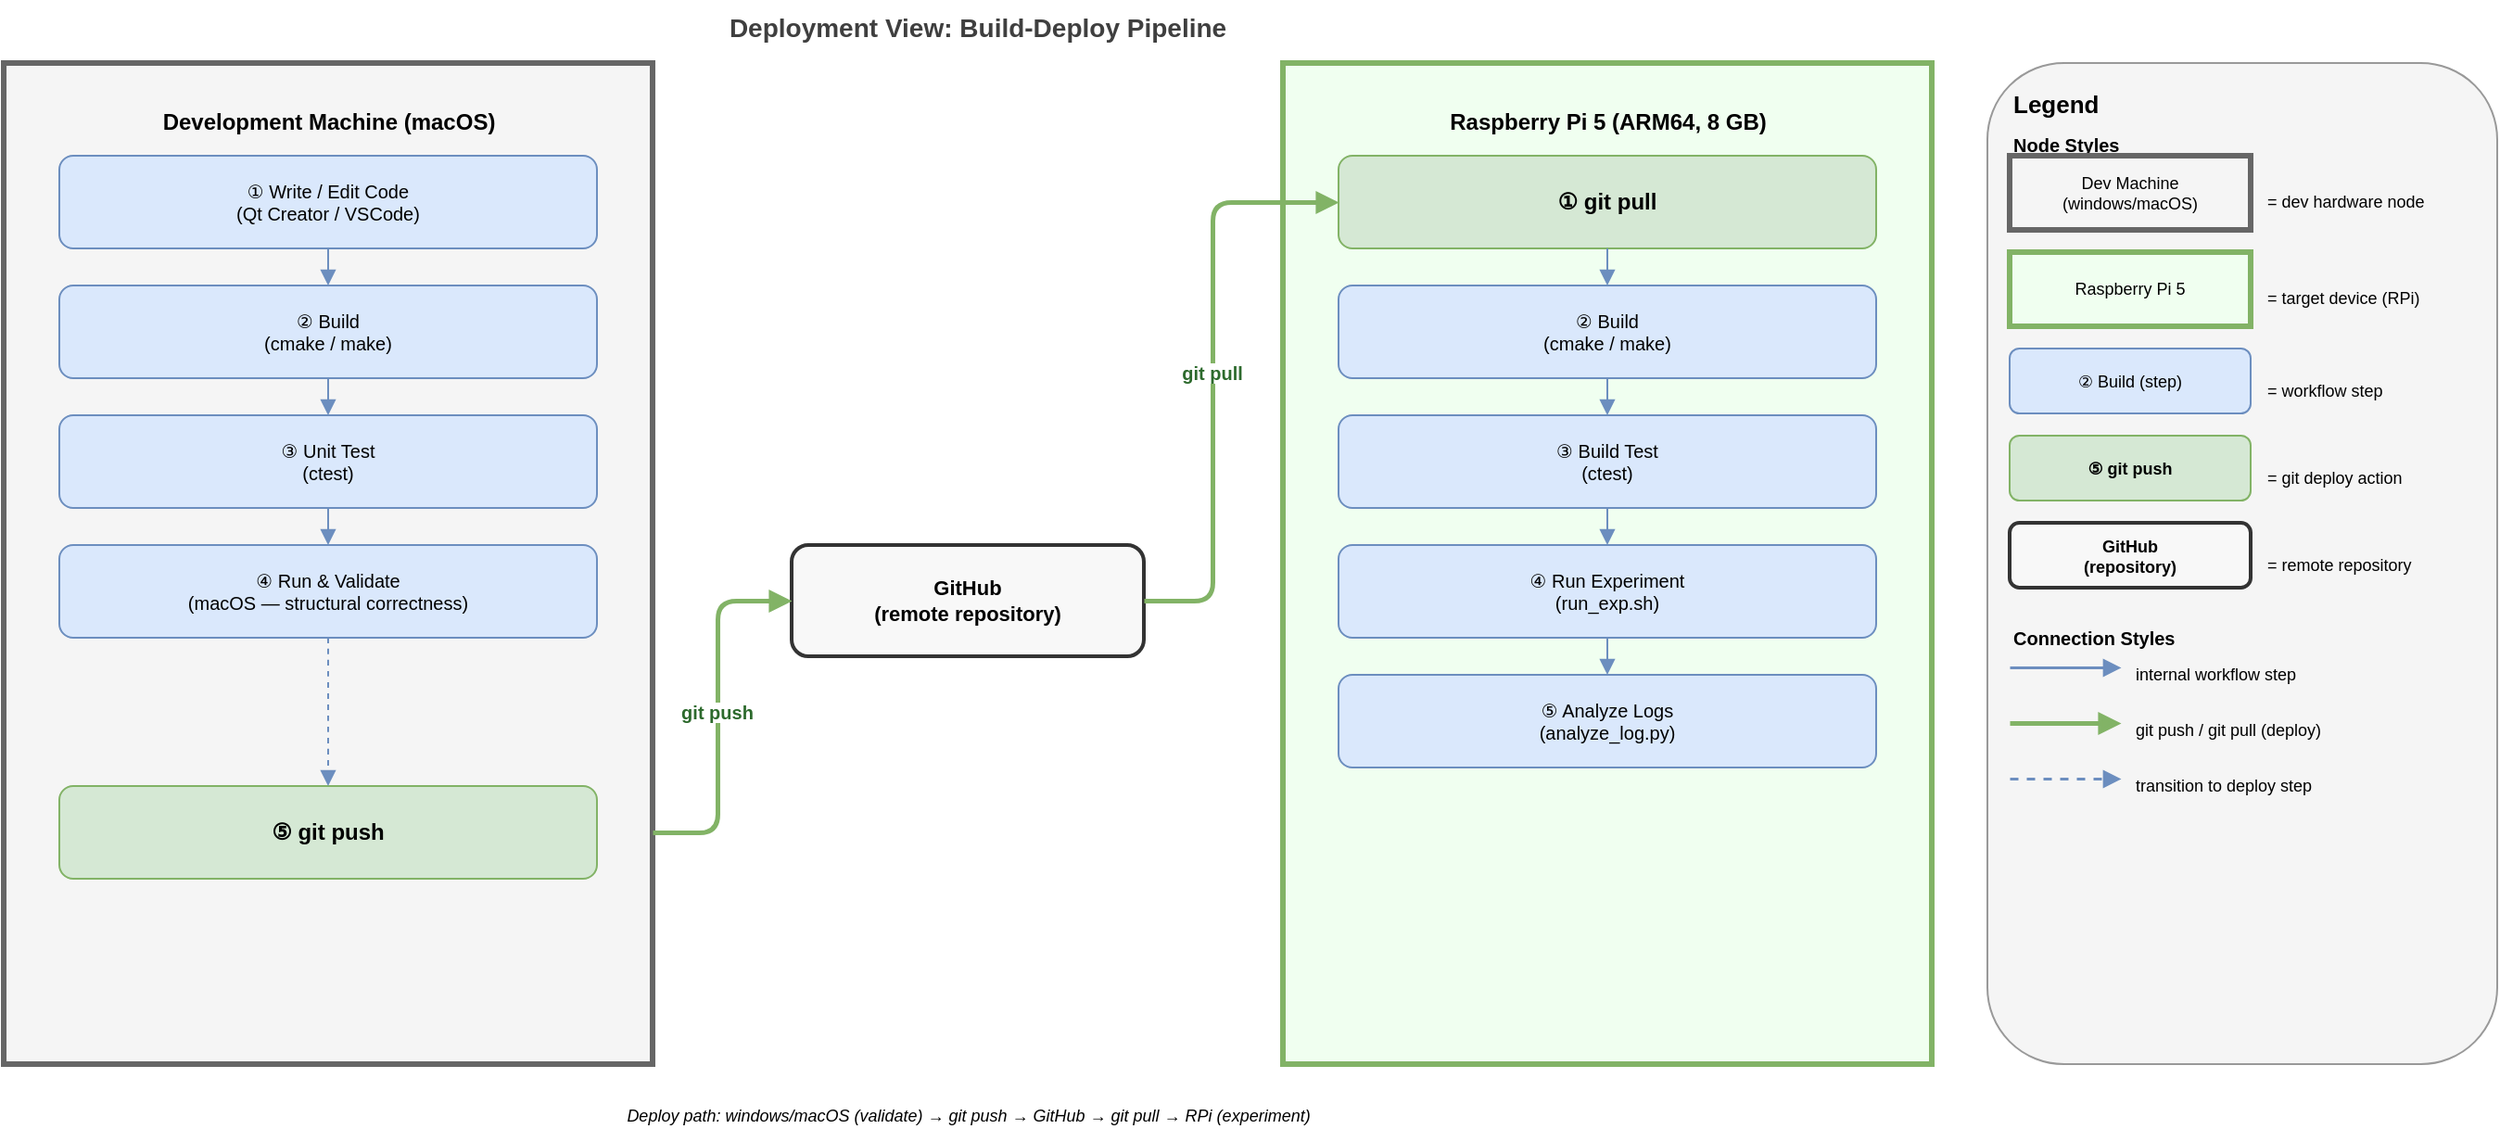
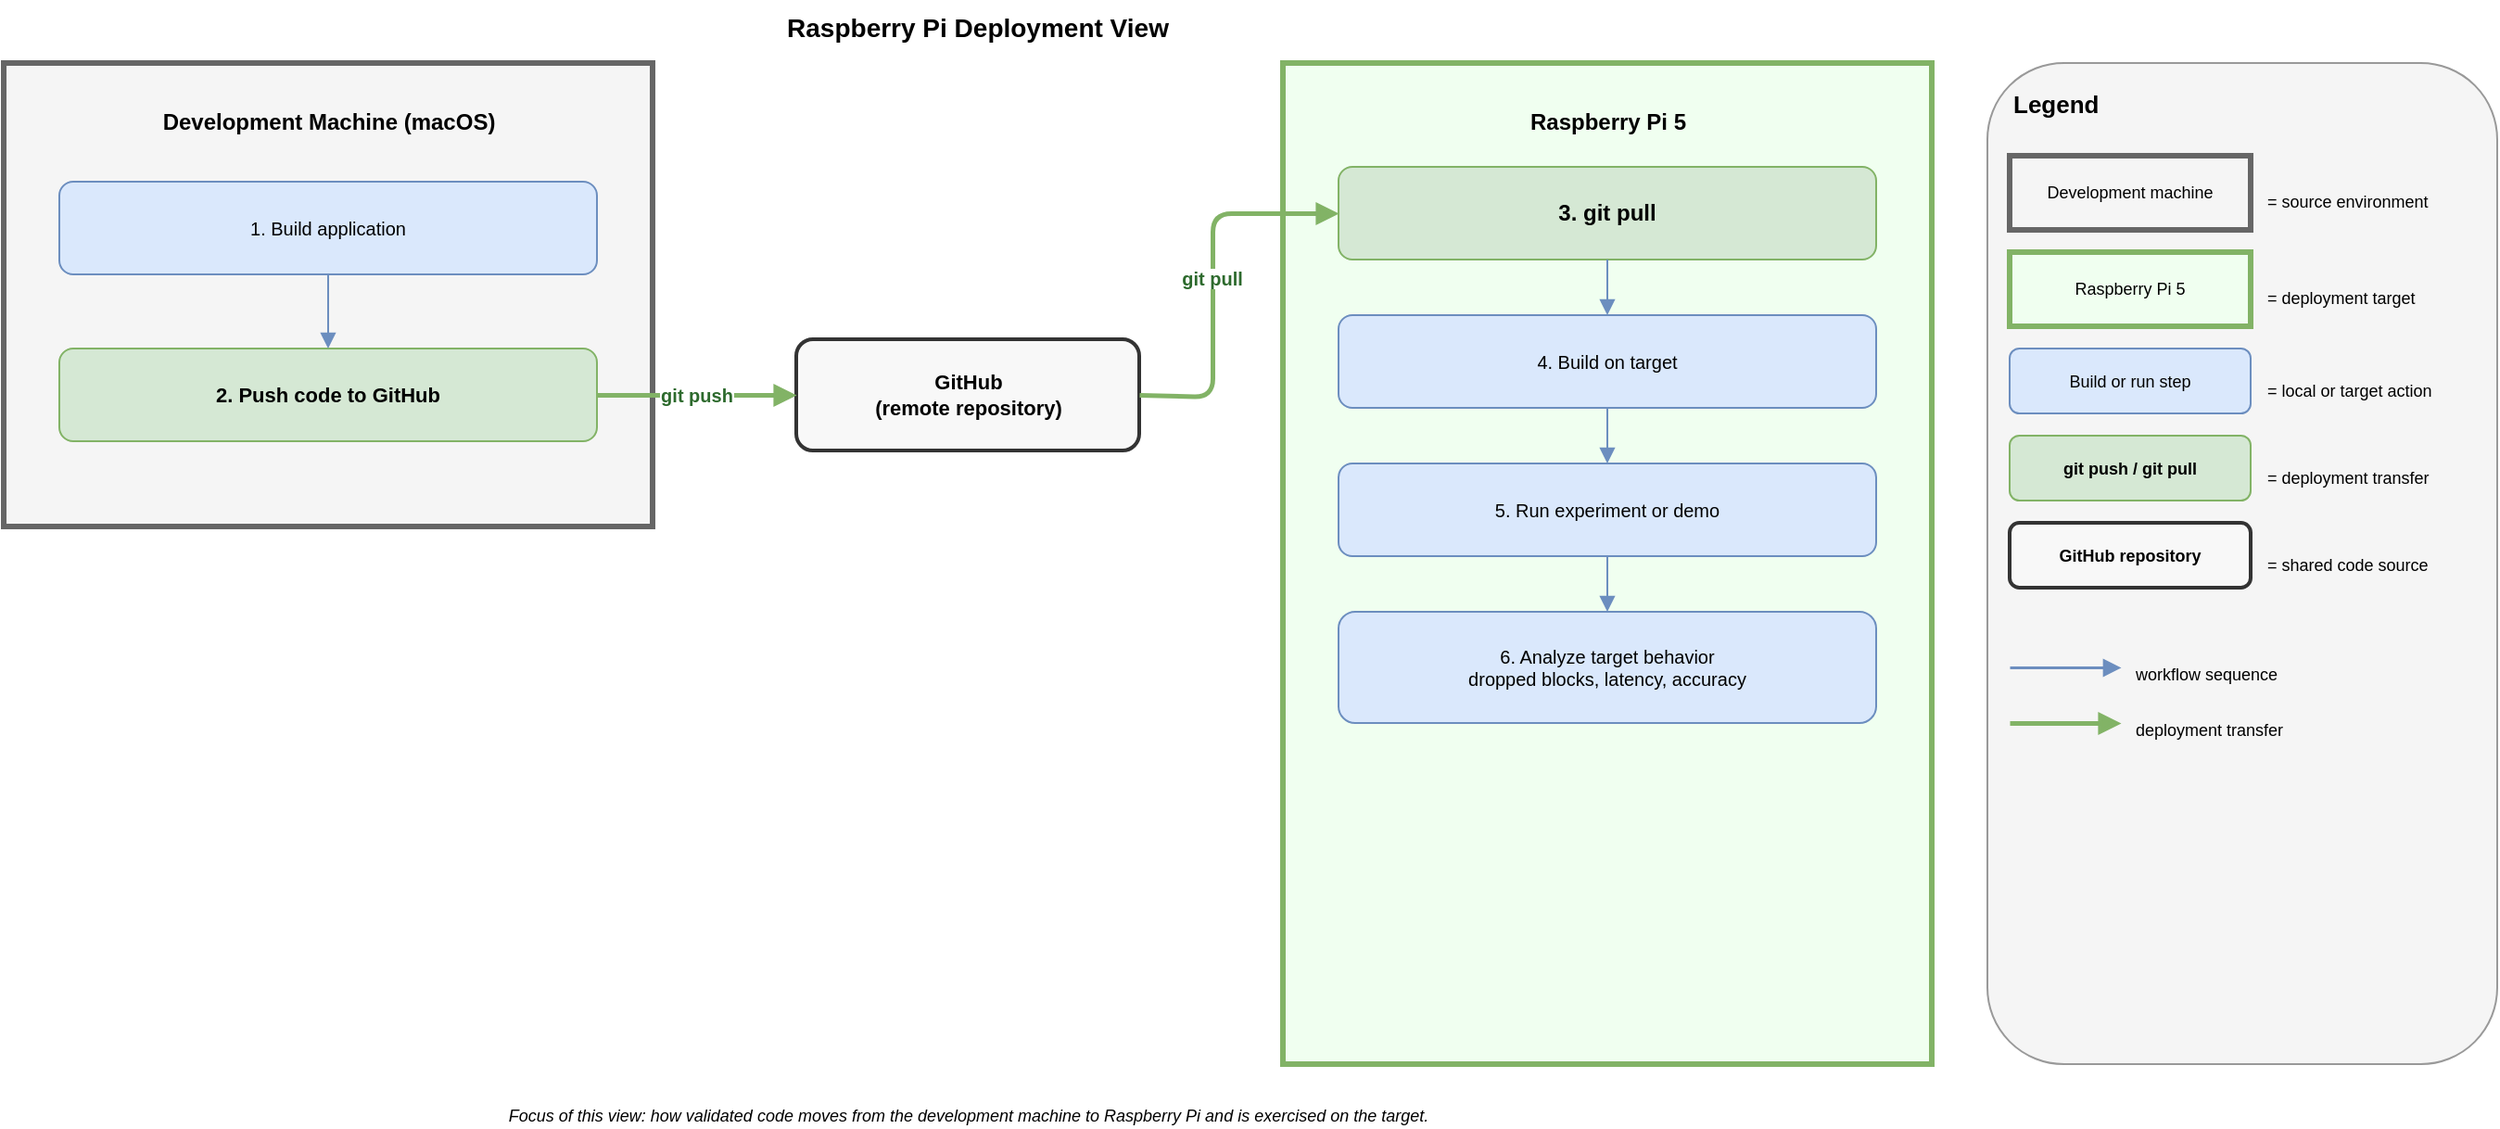
<mxfile host="65bd71144e">
-     <diagram id="eGPjmnUO7QiVlHh5mDwl" name="RPi Build-Deploy Allocation View">
-         <mxGraphModel dx="906" dy="497" grid="1" gridSize="10" guides="1" tooltips="1" connect="1" arrows="1" fold="1" page="1" pageScale="1" pageWidth="1400" pageHeight="640" math="0" shadow="0">
+     <diagram id="raspberryPiDeploymentView" name="Raspberry Pi Deployment View">
+         <mxGraphModel dx="730" dy="827" grid="1" gridSize="10" guides="1" tooltips="1" connect="1" arrows="1" fold="1" page="1" pageScale="1" pageWidth="1400" pageHeight="640" math="0" shadow="0">
            <root>
                <mxCell id="0"/>
                <mxCell id="1" parent="0"/>
-                 <mxCell id="title" value="&lt;span style=&quot;color: rgb(63, 63, 63); background-color: transparent;&quot;&gt;Deployment View: Build-Deploy Pipeline&lt;/span&gt;" style="text;html=1;strokeColor=none;fillColor=none;align=center;fontSize=14;fontStyle=1;" parent="1" vertex="1">
+                 <mxCell id="title" value="Raspberry Pi Deployment View" style="text;html=1;strokeColor=none;fillColor=none;align=center;fontSize=14;fontStyle=1;" parent="1" vertex="1">
                    <mxGeometry x="30" y="6" width="1050" height="26" as="geometry"/>
                </mxCell>
                <mxCell id="DEV" value="" style="rounded=0;whiteSpace=wrap;html=1;fillColor=#f5f5f5;strokeColor=#666666;strokeWidth=3;" parent="1" vertex="1">
-                     <mxGeometry x="30" y="40" width="350" height="540" as="geometry"/>
+                     <mxGeometry x="30" y="40" width="350" height="250" as="geometry"/>
                </mxCell>
                <mxCell id="DEV_NM" value="Development Machine (macOS)" style="text;html=1;strokeColor=none;fillColor=none;fontStyle=1;fontSize=12;align=center;" parent="1" vertex="1">
                    <mxGeometry x="30" y="58" width="350" height="20" as="geometry"/>
                </mxCell>
-                 <mxCell id="D1" value="① Write / Edit Code&#xa;(Qt Creator / VSCode)" style="rounded=1;whiteSpace=wrap;html=1;fillColor=#dae8fc;strokeColor=#6c8ebf;fontSize=10;" parent="1" vertex="1">
-                     <mxGeometry x="60" y="90" width="290" height="50" as="geometry"/>
+                 <mxCell id="D1" value="1. Build application" style="rounded=1;whiteSpace=wrap;html=1;fillColor=#dae8fc;strokeColor=#6c8ebf;fontSize=10;" parent="1" vertex="1">
+                     <mxGeometry x="60" y="104" width="290" height="50" as="geometry"/>
                </mxCell>
-                 <mxCell id="D2" value="② Build&#xa;(cmake / make)" style="rounded=1;whiteSpace=wrap;html=1;fillColor=#dae8fc;strokeColor=#6c8ebf;fontSize=10;" parent="1" vertex="1">
-                     <mxGeometry x="60" y="160" width="290" height="50" as="geometry"/>
-                 </mxCell>
-                 <mxCell id="D3" value="③ Unit Test&#xa;(ctest)" style="rounded=1;whiteSpace=wrap;html=1;fillColor=#dae8fc;strokeColor=#6c8ebf;fontSize=10;" parent="1" vertex="1">
-                     <mxGeometry x="60" y="230" width="290" height="50" as="geometry"/>
-                 </mxCell>
-                 <mxCell id="D4" value="④ Run &amp; Validate&#xa;(macOS — structural correctness)" style="rounded=1;whiteSpace=wrap;html=1;fillColor=#dae8fc;strokeColor=#6c8ebf;fontSize=10;" parent="1" vertex="1">
-                     <mxGeometry x="60" y="300" width="290" height="50" as="geometry"/>
-                 </mxCell>
-                 <mxCell id="D5" value="⑤ git push" style="rounded=1;whiteSpace=wrap;html=1;fillColor=#d5e8d4;strokeColor=#82b366;fontStyle=1;fontSize=12;" parent="1" vertex="1">
-                     <mxGeometry x="60" y="430" width="290" height="50" as="geometry"/>
+                 <mxCell id="D2" value="2. Push code to GitHub" style="rounded=1;whiteSpace=wrap;html=1;fillColor=#d5e8d4;strokeColor=#82b366;fontStyle=1;fontSize=11;" parent="1" vertex="1">
+                     <mxGeometry x="60" y="194" width="290" height="50" as="geometry"/>
                </mxCell>
                <mxCell id="d1d2" value="" style="edgeStyle=orthogonalEdgeStyle;rounded=1;curved=1;endArrow=block;endFill=1;strokeColor=#6c8ebf;" parent="1" source="D1" target="D2" edge="1">
                    <mxGeometry relative="1" as="geometry"/>
                </mxCell>
-                 <mxCell id="d2d3" value="" style="edgeStyle=orthogonalEdgeStyle;rounded=1;curved=1;endArrow=block;endFill=1;strokeColor=#6c8ebf;" parent="1" source="D2" target="D3" edge="1">
-                     <mxGeometry relative="1" as="geometry"/>
-                 </mxCell>
-                 <mxCell id="d3d4" value="" style="edgeStyle=orthogonalEdgeStyle;rounded=1;curved=1;endArrow=block;endFill=1;strokeColor=#6c8ebf;" parent="1" source="D3" target="D4" edge="1">
-                     <mxGeometry relative="1" as="geometry"/>
-                 </mxCell>
-                 <mxCell id="d4d5" value="" style="edgeStyle=orthogonalEdgeStyle;rounded=1;curved=1;endArrow=block;endFill=1;strokeColor=#6c8ebf;dashed=1;" parent="1" source="D4" target="D5" edge="1">
-                     <mxGeometry relative="1" as="geometry"/>
-                 </mxCell>
                <mxCell id="GH" value="GitHub&#xa;(remote repository)" style="rounded=1;whiteSpace=wrap;html=1;fillColor=#f8f8f8;strokeColor=#333333;strokeWidth=2;fontStyle=1;fontSize=11;" parent="1" vertex="1">
-                     <mxGeometry x="455" y="300" width="190" height="60" as="geometry"/>
+                     <mxGeometry x="457.5" y="189" width="185" height="60" as="geometry"/>
                </mxCell>
                <mxCell id="RPI" value="" style="rounded=0;whiteSpace=wrap;html=1;fillColor=#f0fff0;strokeColor=#82b366;strokeWidth=3;" parent="1" vertex="1">
                    <mxGeometry x="720" y="40" width="350" height="540" as="geometry"/>
                </mxCell>
-                 <mxCell id="RPI_NM" value="Raspberry Pi 5 (ARM64, 8 GB)" style="text;html=1;strokeColor=none;fillColor=none;fontStyle=1;fontSize=12;align=center;" parent="1" vertex="1">
+                 <mxCell id="RPI_NM" value="Raspberry Pi 5" style="text;html=1;strokeColor=none;fillColor=none;fontStyle=1;fontSize=12;align=center;" parent="1" vertex="1">
                    <mxGeometry x="720" y="58" width="350" height="20" as="geometry"/>
                </mxCell>
-                 <mxCell id="R1" value="① git pull" style="rounded=1;whiteSpace=wrap;html=1;fillColor=#d5e8d4;strokeColor=#82b366;fontStyle=1;fontSize=12;" parent="1" vertex="1">
-                     <mxGeometry x="750" y="90" width="290" height="50" as="geometry"/>
+                 <mxCell id="R1" value="3. git pull" style="rounded=1;whiteSpace=wrap;html=1;fillColor=#d5e8d4;strokeColor=#82b366;fontStyle=1;fontSize=12;" parent="1" vertex="1">
+                     <mxGeometry x="750" y="96" width="290" height="50" as="geometry"/>
                </mxCell>
-                 <mxCell id="R2" value="② Build&#xa;(cmake / make)" style="rounded=1;whiteSpace=wrap;html=1;fillColor=#dae8fc;strokeColor=#6c8ebf;fontSize=10;" parent="1" vertex="1">
-                     <mxGeometry x="750" y="160" width="290" height="50" as="geometry"/>
+                 <mxCell id="R2" value="4. Build on target" style="rounded=1;whiteSpace=wrap;html=1;fillColor=#dae8fc;strokeColor=#6c8ebf;fontSize=10;" parent="1" vertex="1">
+                     <mxGeometry x="750" y="176" width="290" height="50" as="geometry"/>
                </mxCell>
-                 <mxCell id="R3" value="③ Build Test&#xa;(ctest)" style="rounded=1;whiteSpace=wrap;html=1;fillColor=#dae8fc;strokeColor=#6c8ebf;fontSize=10;" parent="1" vertex="1">
-                     <mxGeometry x="750" y="230" width="290" height="50" as="geometry"/>
+                 <mxCell id="R3" value="5. Run experiment or demo" style="rounded=1;whiteSpace=wrap;html=1;fillColor=#dae8fc;strokeColor=#6c8ebf;fontSize=10;" parent="1" vertex="1">
+                     <mxGeometry x="750" y="256" width="290" height="50" as="geometry"/>
                </mxCell>
-                 <mxCell id="R4" value="④ Run Experiment&#xa;(run_exp.sh)" style="rounded=1;whiteSpace=wrap;html=1;fillColor=#dae8fc;strokeColor=#6c8ebf;fontSize=10;" parent="1" vertex="1">
-                     <mxGeometry x="750" y="300" width="290" height="50" as="geometry"/>
-                 </mxCell>
-                 <mxCell id="R5" value="⑤ Analyze Logs&#xa;(analyze_log.py)" style="rounded=1;whiteSpace=wrap;html=1;fillColor=#dae8fc;strokeColor=#6c8ebf;fontSize=10;" parent="1" vertex="1">
-                     <mxGeometry x="750" y="370" width="290" height="50" as="geometry"/>
+                 <mxCell id="R4" value="6. Analyze target behavior&#xa;dropped blocks, latency, accuracy" style="rounded=1;whiteSpace=wrap;html=1;fillColor=#dae8fc;strokeColor=#6c8ebf;fontSize=10;" parent="1" vertex="1">
+                     <mxGeometry x="750" y="336" width="290" height="60" as="geometry"/>
                </mxCell>
                <mxCell id="r1r2" value="" style="edgeStyle=orthogonalEdgeStyle;rounded=1;curved=1;endArrow=block;endFill=1;strokeColor=#6c8ebf;" parent="1" source="R1" target="R2" edge="1">
                    <mxGeometry relative="1" as="geometry"/>
                </mxCell>
                <mxCell id="r2r3" value="" style="edgeStyle=orthogonalEdgeStyle;rounded=1;curved=1;endArrow=block;endFill=1;strokeColor=#6c8ebf;" parent="1" source="R2" target="R3" edge="1">
                    <mxGeometry relative="1" as="geometry"/>
                </mxCell>
                <mxCell id="r3r4" value="" style="edgeStyle=orthogonalEdgeStyle;rounded=1;curved=1;endArrow=block;endFill=1;strokeColor=#6c8ebf;" parent="1" source="R3" target="R4" edge="1">
                    <mxGeometry relative="1" as="geometry"/>
                </mxCell>
-                 <mxCell id="r4r5" value="" style="edgeStyle=orthogonalEdgeStyle;rounded=1;curved=1;endArrow=block;endFill=1;strokeColor=#6c8ebf;" parent="1" source="R4" target="R5" edge="1">
-                     <mxGeometry relative="1" as="geometry"/>
-                 </mxCell>
-                 <mxCell id="PUSH" value="git push" style="endArrow=block;endFill=1;strokeColor=#82b366;strokeWidth=2.5;fontColor=#2d6a2d;fontStyle=1;fontSize=10;exitX=1;exitY=0.5;exitDx=0;exitDy=0;" parent="1" edge="1">
+                 <mxCell id="PUSH" value="git push" style="endArrow=block;endFill=1;strokeColor=#82b366;strokeWidth=2.5;fontColor=#2d6a2d;fontStyle=1;fontSize=10;entryX=0;entryY=0.5;entryDx=0;entryDy=0;" parent="1" edge="1" target="GH">
                    <mxGeometry relative="1" as="geometry">
-                         <mxPoint x="380" y="455" as="sourcePoint"/>
-                         <mxPoint x="455" y="330" as="targetPoint"/>
-                         <Array as="points">
-                             <mxPoint x="415" y="455"/>
-                             <mxPoint x="415" y="330"/>
-                         </Array>
+                         <mxPoint x="350" y="219" as="sourcePoint"/>
+                         <mxPoint x="455" y="222" as="targetPoint"/>
                    </mxGeometry>
                </mxCell>
-                 <mxCell id="PULL" value="git pull" style="endArrow=block;endFill=1;strokeColor=#82b366;strokeWidth=2.5;fontColor=#2d6a2d;fontStyle=1;fontSize=10;" parent="1" edge="1">
+                 <mxCell id="PULL" value="git pull" style="endArrow=block;endFill=1;strokeColor=#82b366;strokeWidth=2.5;fontColor=#2d6a2d;fontStyle=1;fontSize=10;exitX=1;exitY=0.5;exitDx=0;exitDy=0;" parent="1" edge="1" source="GH">
                    <mxGeometry relative="1" as="geometry">
-                         <mxPoint x="645" y="330" as="sourcePoint"/>
-                         <mxPoint x="750" y="115" as="targetPoint"/>
+                         <mxPoint x="645" y="222" as="sourcePoint"/>
+                         <mxPoint x="750" y="121" as="targetPoint"/>
                        <Array as="points">
-                             <mxPoint x="682" y="330"/>
-                             <mxPoint x="682" y="115"/>
+                             <mxPoint x="682" y="220"/>
+                             <mxPoint x="682" y="121"/>
                        </Array>
                    </mxGeometry>
                </mxCell>
                <mxCell id="LEG" value="" style="rounded=1;whiteSpace=wrap;html=1;fillColor=#f5f5f5;strokeColor=#999999;" parent="1" vertex="1">
                    <mxGeometry x="1100" y="40" width="275" height="540" as="geometry"/>
                </mxCell>
                <mxCell id="LEG_T" value="Legend" style="text;html=1;strokeColor=none;fillColor=none;fontStyle=1;fontSize=13;align=left;" parent="1" vertex="1">
                    <mxGeometry x="1112" y="48" width="80" height="20" as="geometry"/>
                </mxCell>
-                 <mxCell id="LS0" value="Node Styles" style="text;html=1;strokeColor=none;fillColor=none;fontStyle=1;fontSize=10;align=left;" parent="1" vertex="1">
-                     <mxGeometry x="1112" y="72" width="251" height="16" as="geometry"/>
-                 </mxCell>
-                 <mxCell id="LC1" value="Dev Machine (windows/macOS)" style="rounded=0;whiteSpace=wrap;html=1;fillColor=#f5f5f5;strokeColor=#666666;strokeWidth=3;fontSize=9;" parent="1" vertex="1">
+                 <mxCell id="LC1" value="Development machine" style="rounded=0;whiteSpace=wrap;html=1;fillColor=#f5f5f5;strokeColor=#666666;strokeWidth=3;fontSize=9;" parent="1" vertex="1">
                    <mxGeometry x="1112" y="90" width="130" height="40" as="geometry"/>
                </mxCell>
-                 <mxCell id="LC1T" value="= dev hardware node" style="text;html=1;strokeColor=none;fillColor=none;align=left;fontSize=9;" parent="1" vertex="1">
+                 <mxCell id="LC1T" value="= source environment" style="text;html=1;strokeColor=none;fillColor=none;align=left;fontSize=9;" parent="1" vertex="1">
                    <mxGeometry x="1249" y="103" width="118" height="16" as="geometry"/>
                </mxCell>
                <mxCell id="LC2" value="Raspberry Pi 5" style="rounded=0;whiteSpace=wrap;html=1;fillColor=#f0fff0;strokeColor=#82b366;strokeWidth=3;fontSize=9;" parent="1" vertex="1">
                    <mxGeometry x="1112" y="142" width="130" height="40" as="geometry"/>
                </mxCell>
-                 <mxCell id="LC2T" value="= target device (RPi)" style="text;html=1;strokeColor=none;fillColor=none;align=left;fontSize=9;" parent="1" vertex="1">
+                 <mxCell id="LC2T" value="= deployment target" style="text;html=1;strokeColor=none;fillColor=none;align=left;fontSize=9;" parent="1" vertex="1">
                    <mxGeometry x="1249" y="155" width="118" height="16" as="geometry"/>
                </mxCell>
-                 <mxCell id="LC3" value="② Build (step)" style="rounded=1;whiteSpace=wrap;html=1;fillColor=#dae8fc;strokeColor=#6c8ebf;fontSize=9;" parent="1" vertex="1">
+                 <mxCell id="LC3" value="Build or run step" style="rounded=1;whiteSpace=wrap;html=1;fillColor=#dae8fc;strokeColor=#6c8ebf;fontSize=9;" parent="1" vertex="1">
                    <mxGeometry x="1112" y="194" width="130" height="35" as="geometry"/>
                </mxCell>
-                 <mxCell id="LC3T" value="= workflow step" style="text;html=1;strokeColor=none;fillColor=none;align=left;fontSize=9;" parent="1" vertex="1">
+                 <mxCell id="LC3T" value="= local or target action" style="text;html=1;strokeColor=none;fillColor=none;align=left;fontSize=9;" parent="1" vertex="1">
                    <mxGeometry x="1249" y="205" width="118" height="16" as="geometry"/>
                </mxCell>
-                 <mxCell id="LC4" value="⑤ git push" style="rounded=1;whiteSpace=wrap;html=1;fillColor=#d5e8d4;strokeColor=#82b366;fontStyle=1;fontSize=9;" parent="1" vertex="1">
+                 <mxCell id="LC4" value="git push / git pull" style="rounded=1;whiteSpace=wrap;html=1;fillColor=#d5e8d4;strokeColor=#82b366;fontStyle=1;fontSize=9;" parent="1" vertex="1">
                    <mxGeometry x="1112" y="241" width="130" height="35" as="geometry"/>
                </mxCell>
-                 <mxCell id="LC4T" value="= git deploy action" style="text;html=1;strokeColor=none;fillColor=none;align=left;fontSize=9;" parent="1" vertex="1">
+                 <mxCell id="LC4T" value="= deployment transfer" style="text;html=1;strokeColor=none;fillColor=none;align=left;fontSize=9;" parent="1" vertex="1">
                    <mxGeometry x="1249" y="252" width="118" height="16" as="geometry"/>
                </mxCell>
-                 <mxCell id="LC5" value="GitHub&#xa;(repository)" style="rounded=1;whiteSpace=wrap;html=1;fillColor=#f8f8f8;strokeColor=#333333;strokeWidth=2;fontStyle=1;fontSize=9;" parent="1" vertex="1">
+                 <mxCell id="LC5" value="GitHub repository" style="rounded=1;whiteSpace=wrap;html=1;fillColor=#f8f8f8;strokeColor=#333333;strokeWidth=2;fontStyle=1;fontSize=9;" parent="1" vertex="1">
                    <mxGeometry x="1112" y="288" width="130" height="35" as="geometry"/>
                </mxCell>
-                 <mxCell id="LC5T" value="= remote repository" style="text;html=1;strokeColor=none;fillColor=none;align=left;fontSize=9;" parent="1" vertex="1">
+                 <mxCell id="LC5T" value="= shared code source" style="text;html=1;strokeColor=none;fillColor=none;align=left;fontSize=9;" parent="1" vertex="1">
                    <mxGeometry x="1249" y="299" width="118" height="16" as="geometry"/>
-                 </mxCell>
-                 <mxCell id="LS1" value="Connection Styles" style="text;html=1;strokeColor=none;fillColor=none;fontStyle=1;fontSize=10;align=left;" parent="1" vertex="1">
-                     <mxGeometry x="1112" y="338" width="251" height="16" as="geometry"/>
                </mxCell>
                <mxCell id="LA1" value="" style="endArrow=block;endFill=1;strokeColor=#6c8ebf;strokeWidth=1.5;" parent="1" edge="1">
                    <mxGeometry relative="1" as="geometry">
                        <mxPoint x="1112" y="366" as="sourcePoint"/>
                        <mxPoint x="1172" y="366" as="targetPoint"/>
                    </mxGeometry>
                </mxCell>
-                 <mxCell id="LA1T" value="internal workflow step" style="text;html=1;strokeColor=none;fillColor=none;align=left;fontSize=9;" parent="1" vertex="1">
+                 <mxCell id="LA1T" value="workflow sequence" style="text;html=1;strokeColor=none;fillColor=none;align=left;fontSize=9;" parent="1" vertex="1">
                    <mxGeometry x="1178" y="358" width="185" height="16" as="geometry"/>
                </mxCell>
                <mxCell id="LA2" value="" style="endArrow=block;endFill=1;strokeColor=#82b366;strokeWidth=2.5;" parent="1" edge="1">
                    <mxGeometry relative="1" as="geometry">
                        <mxPoint x="1112" y="396" as="sourcePoint"/>
                        <mxPoint x="1172" y="396" as="targetPoint"/>
                    </mxGeometry>
                </mxCell>
-                 <mxCell id="LA2T" value="git push / git pull (deploy)" style="text;html=1;strokeColor=none;fillColor=none;align=left;fontSize=9;" parent="1" vertex="1">
+                 <mxCell id="LA2T" value="deployment transfer" style="text;html=1;strokeColor=none;fillColor=none;align=left;fontSize=9;" parent="1" vertex="1">
                    <mxGeometry x="1178" y="388" width="185" height="16" as="geometry"/>
                </mxCell>
-                 <mxCell id="LA3" value="" style="endArrow=block;endFill=1;strokeColor=#6c8ebf;strokeWidth=1.5;dashed=1;" parent="1" edge="1">
-                     <mxGeometry relative="1" as="geometry">
-                         <mxPoint x="1112" y="426" as="sourcePoint"/>
-                         <mxPoint x="1172" y="426" as="targetPoint"/>
-                     </mxGeometry>
-                 </mxCell>
-                 <mxCell id="LA3T" value="transition to deploy step" style="text;html=1;strokeColor=none;fillColor=none;align=left;fontSize=9;" parent="1" vertex="1">
-                     <mxGeometry x="1178" y="418" width="185" height="16" as="geometry"/>
-                 </mxCell>
-                 <mxCell id="DEPLOY_NOTE" value="Deploy path: windows/macOS (validate) → git push → GitHub → git pull → RPi (experiment)" style="text;html=1;strokeColor=none;fillColor=none;align=center;fontSize=9;fontStyle=2;" parent="1" vertex="1">
+                 <mxCell id="DEPLOY_NOTE" value="Focus of this view: how validated code moves from the development machine to Raspberry Pi and is exercised on the target." style="text;html=1;strokeColor=none;fillColor=none;align=center;fontSize=9;fontStyle=2;" parent="1" vertex="1">
                    <mxGeometry x="30" y="596" width="1040" height="16" as="geometry"/>
                </mxCell>
            </root>
        </mxGraphModel>
    </diagram>
</mxfile>